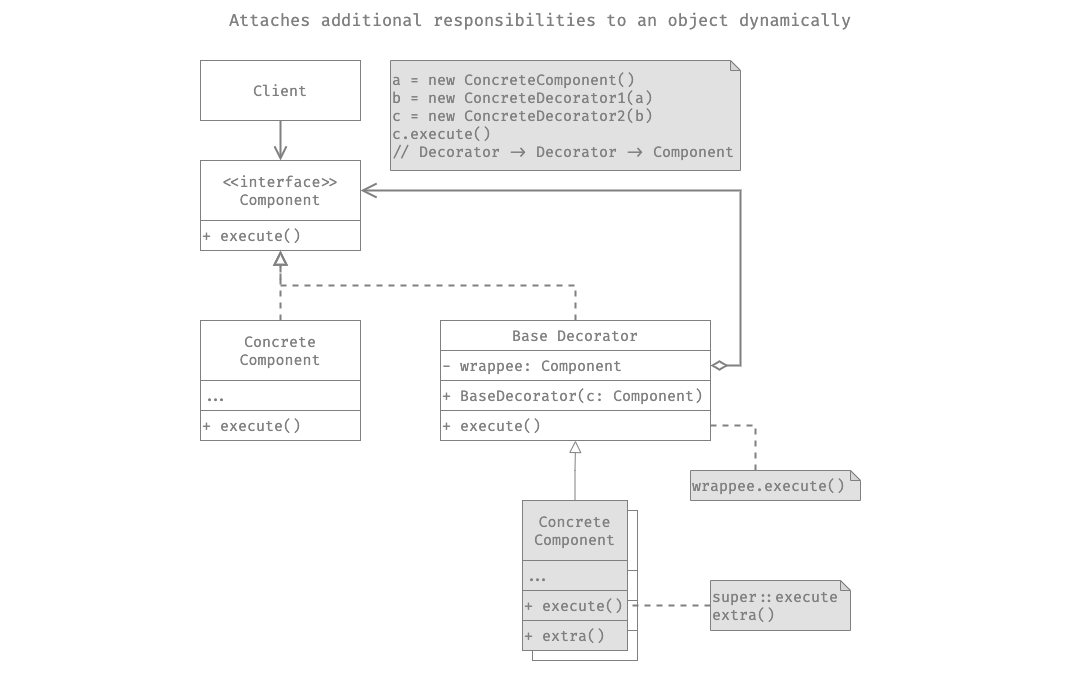
luk3ya0/luk3ya0.github.io keeps this draw.io diagram as static/image/Decorator.png. Above is the earlier version. Source tidied: cells renumbered, new cells last; positions are measured from the earlier drawing's top-left corner, leaving out a move shared by most shapes. The source it was exported from:
```xml
<mxGraphModel>
  <root>
    <mxCell id="0" />
    <mxCell id="1" parent="0" />
    <mxCell id="2" style="group;strokeColor=#808080;" parent="1" vertex="1">
      <mxGeometry x="532" y="510" width="105" height="150" as="geometry" />
    </mxCell>
    <mxCell id="3" value="&lt;font face=&quot;Fira Code&quot; color=&quot;#808080&quot;&gt;&lt;span style=&quot;font-size: 15px;&quot;&gt;&lt;br&gt;&lt;/span&gt;&lt;/font&gt;" style="rounded=0;whiteSpace=wrap;html=1;fillColor=none;strokeColor=#808080;" parent="2" vertex="1">
      <mxGeometry width="105" height="60" as="geometry" />
    </mxCell>
    <mxCell id="4" value="&lt;div style=&quot;&quot;&gt;&lt;br&gt;&lt;/div&gt;" style="rounded=0;whiteSpace=wrap;html=1;fillColor=none;strokeColor=#808080;align=left;" parent="2" vertex="1">
      <mxGeometry y="60" width="105" height="30" as="geometry" />
    </mxCell>
    <mxCell id="5" value="&lt;div style=&quot;&quot;&gt;&lt;br&gt;&lt;/div&gt;" style="rounded=0;whiteSpace=wrap;html=1;fillColor=none;strokeColor=#808080;align=left;" parent="2" vertex="1">
      <mxGeometry y="90" width="105" height="30" as="geometry" />
    </mxCell>
    <mxCell id="6" value="&lt;div style=&quot;&quot;&gt;&lt;br&gt;&lt;/div&gt;" style="rounded=0;whiteSpace=wrap;html=1;fillColor=none;strokeColor=#808080;align=left;" parent="2" vertex="1">
      <mxGeometry y="120" width="105" height="30" as="geometry" />
    </mxCell>
    <mxCell id="7" style="group;fillColor=#E1E1E1;strokeColor=#808080;" parent="2" vertex="1">
      <mxGeometry x="-10" y="-10" width="105" height="150" as="geometry" />
    </mxCell>
    <mxCell id="8" value="&lt;font face=&quot;Fira Code&quot; color=&quot;#808080&quot;&gt;&lt;span style=&quot;font-size: 15px;&quot;&gt;Concrete&lt;br&gt;Component&lt;br&gt;&lt;/span&gt;&lt;/font&gt;" style="rounded=0;whiteSpace=wrap;html=1;fillColor=none;strokeColor=#808080;" parent="7" vertex="1">
      <mxGeometry width="105" height="60" as="geometry" />
    </mxCell>
    <mxCell id="9" value="&lt;div style=&quot;&quot;&gt;&lt;font face=&quot;Fira Code&quot; color=&quot;#808080&quot;&gt;&lt;span style=&quot;font-size: 15px;&quot;&gt;...&lt;/span&gt;&lt;/font&gt;&lt;/div&gt;" style="rounded=0;whiteSpace=wrap;html=1;fillColor=none;strokeColor=#808080;align=left;" parent="7" vertex="1">
      <mxGeometry y="60" width="105" height="30" as="geometry" />
    </mxCell>
    <mxCell id="10" value="&lt;div style=&quot;&quot;&gt;&lt;font face=&quot;Fira Code&quot; color=&quot;#808080&quot;&gt;&lt;span style=&quot;font-size: 15px;&quot;&gt;+ execute()&lt;/span&gt;&lt;/font&gt;&lt;/div&gt;" style="rounded=0;whiteSpace=wrap;html=1;fillColor=none;strokeColor=#808080;align=left;" parent="7" vertex="1">
      <mxGeometry y="90" width="105" height="30" as="geometry" />
    </mxCell>
    <mxCell id="11" value="&lt;div style=&quot;&quot;&gt;&lt;font face=&quot;Fira Code&quot; color=&quot;#808080&quot;&gt;&lt;span style=&quot;font-size: 15px;&quot;&gt;+ extra()&lt;/span&gt;&lt;/font&gt;&lt;/div&gt;" style="rounded=0;whiteSpace=wrap;html=1;fillColor=none;strokeColor=#808080;align=left;" parent="7" vertex="1">
      <mxGeometry y="120" width="105" height="30" as="geometry" />
    </mxCell>
    <mxCell id="12" style="edgeStyle=orthogonalEdgeStyle;rounded=0;jettySize=auto;html=1;exitX=1;exitY=0.5;exitDx=0;exitDy=0;entryX=1;entryY=0.5;entryDx=0;entryDy=0;strokeWidth=2;fontSize=15;endArrow=diamondThin;endFill=0;endSize=12;startArrow=open;startFill=0;startSize=12;strokeColor=#808080;" parent="1" edge="1" source="13" target="21">
      <mxGeometry relative="1" as="geometry" />
    </mxCell>
    <mxCell id="13" value="&lt;font face=&quot;Fira Code&quot; color=&quot;#808080&quot;&gt;&lt;span style=&quot;font-size: 15px;&quot;&gt;&amp;lt;&amp;lt;interface&amp;gt;&amp;gt;&lt;br&gt;Component&lt;br&gt;&lt;/span&gt;&lt;/font&gt;" style="rounded=0;whiteSpace=wrap;html=1;fillColor=none;strokeColor=#808080;" parent="1" vertex="1">
      <mxGeometry x="200" y="160" width="160" height="60" as="geometry" />
    </mxCell>
    <mxCell id="14" value="&lt;div style=&quot;&quot;&gt;&lt;font face=&quot;Fira Code&quot; color=&quot;#808080&quot;&gt;&lt;span style=&quot;font-size: 15px;&quot;&gt;+ execute()&lt;/span&gt;&lt;/font&gt;&lt;/div&gt;" style="rounded=0;whiteSpace=wrap;html=1;fillColor=none;strokeColor=#808080;align=left;" parent="1" vertex="1">
      <mxGeometry x="200" y="220" width="160" height="30" as="geometry" />
    </mxCell>
    <mxCell id="15" style="edgeStyle=orthogonalEdgeStyle;rounded=0;jettySize=auto;html=1;exitX=0.5;exitY=0;exitDx=0;exitDy=0;entryX=0.5;entryY=1;entryDx=0;entryDy=0;fontSize=15;endArrow=block;endFill=0;endSize=10;dashed=1;strokeWidth=2;strokeColor=#808080;" parent="1" edge="1" source="16" target="14">
      <mxGeometry relative="1" as="geometry" />
    </mxCell>
    <mxCell id="16" value="&lt;font face=&quot;Fira Code&quot; color=&quot;#808080&quot;&gt;&lt;span style=&quot;font-size: 15px;&quot;&gt;Concrete&lt;br&gt;Component&lt;br&gt;&lt;/span&gt;&lt;/font&gt;" style="rounded=0;whiteSpace=wrap;html=1;fillColor=none;strokeColor=#808080;" parent="1" vertex="1">
      <mxGeometry x="200" y="320" width="160" height="60" as="geometry" />
    </mxCell>
    <mxCell id="17" value="&lt;div style=&quot;&quot;&gt;&lt;font face=&quot;Fira Code&quot; color=&quot;#808080&quot;&gt;&lt;span style=&quot;font-size: 15px;&quot;&gt;...&lt;/span&gt;&lt;/font&gt;&lt;/div&gt;" style="rounded=0;whiteSpace=wrap;html=1;fillColor=none;strokeColor=#808080;align=left;" parent="1" vertex="1">
      <mxGeometry x="200" y="380" width="160" height="30" as="geometry" />
    </mxCell>
    <mxCell id="18" value="&lt;div style=&quot;&quot;&gt;&lt;font face=&quot;Fira Code&quot; color=&quot;#808080&quot;&gt;&lt;span style=&quot;font-size: 15px;&quot;&gt;+ execute()&lt;/span&gt;&lt;/font&gt;&lt;/div&gt;" style="rounded=0;whiteSpace=wrap;html=1;fillColor=none;strokeColor=#808080;align=left;" parent="1" vertex="1">
      <mxGeometry x="200" y="410" width="160" height="30" as="geometry" />
    </mxCell>
    <mxCell id="19" style="edgeStyle=orthogonalEdgeStyle;rounded=0;jettySize=auto;html=1;exitX=0.5;exitY=0;exitDx=0;exitDy=0;fontSize=15;endArrow=block;endFill=0;endSize=10;dashed=1;strokeWidth=2;strokeColor=#808080;" parent="1" edge="1" source="20">
      <mxGeometry relative="1" as="geometry">
        <mxPoint x="280" y="250" as="targetPoint" />
      </mxGeometry>
    </mxCell>
    <mxCell id="20" value="&lt;font face=&quot;Fira Code&quot; color=&quot;#808080&quot;&gt;&lt;span style=&quot;font-size: 15px;&quot;&gt;Base Decorator&lt;br&gt;&lt;/span&gt;&lt;/font&gt;" style="rounded=0;whiteSpace=wrap;html=1;fillColor=none;strokeColor=#808080;" parent="1" vertex="1">
      <mxGeometry x="440" y="320" width="270" height="30" as="geometry" />
    </mxCell>
    <mxCell id="21" value="&lt;div style=&quot;&quot;&gt;&lt;font face=&quot;Fira Code&quot; color=&quot;#808080&quot;&gt;&lt;span style=&quot;font-size: 15px;&quot;&gt;- wrappee: Component&lt;/span&gt;&lt;/font&gt;&lt;/div&gt;" style="rounded=0;whiteSpace=wrap;html=1;fillColor=none;strokeColor=#808080;align=left;" parent="1" vertex="1">
      <mxGeometry x="440" y="350" width="270" height="30" as="geometry" />
    </mxCell>
    <mxCell id="22" value="&lt;div style=&quot;&quot;&gt;&lt;font face=&quot;Fira Code&quot; color=&quot;#808080&quot;&gt;&lt;span style=&quot;font-size: 15px;&quot;&gt;+ BaseDecorator(c: Component)&lt;/span&gt;&lt;/font&gt;&lt;/div&gt;" style="rounded=0;whiteSpace=wrap;html=1;fillColor=none;strokeColor=#808080;align=left;" parent="1" vertex="1">
      <mxGeometry x="440" y="380" width="270" height="30" as="geometry" />
    </mxCell>
    <mxCell id="23" value="&lt;div style=&quot;&quot;&gt;&lt;font face=&quot;Fira Code&quot; color=&quot;#808080&quot;&gt;&lt;span style=&quot;font-size: 15px;&quot;&gt;+ execute()&lt;/span&gt;&lt;/font&gt;&lt;/div&gt;" style="rounded=0;whiteSpace=wrap;html=1;fillColor=none;strokeColor=#808080;align=left;" parent="1" vertex="1">
      <mxGeometry x="440" y="410" width="270" height="30" as="geometry" />
    </mxCell>
    <mxCell id="24" style="edgeStyle=orthogonalEdgeStyle;rounded=0;jettySize=auto;html=1;exitX=0.5;exitY=0;exitDx=0;exitDy=0;entryX=0.5;entryY=1;entryDx=0;entryDy=0;fontSize=15;endArrow=block;endFill=0;endSize=10;strokeColor=#808080;" parent="1" edge="1" source="8" target="23">
      <mxGeometry relative="1" as="geometry" />
    </mxCell>
    <mxCell id="25" style="edgeStyle=orthogonalEdgeStyle;rounded=0;jettySize=auto;html=1;exitX=0.5;exitY=1;exitDx=0;exitDy=0;strokeWidth=2;fontSize=15;endArrow=open;endFill=0;endSize=10;strokeColor=#808080;" parent="1" edge="1" source="26" target="13">
      <mxGeometry relative="1" as="geometry" />
    </mxCell>
    <mxCell id="26" value="&lt;font face=&quot;Fira Code&quot; color=&quot;#808080&quot;&gt;&lt;span style=&quot;font-size: 15px;&quot;&gt;Client&lt;br&gt;&lt;/span&gt;&lt;/font&gt;" style="rounded=0;whiteSpace=wrap;html=1;fillColor=none;strokeColor=#808080;" parent="1" vertex="1">
      <mxGeometry x="200" y="60" width="160" height="60" as="geometry" />
    </mxCell>
    <mxCell id="27" value="a = new ConcreteComponent()&lt;br&gt;b = new ConcreteDecorator1(a)&lt;br&gt;c = new ConcreteDecorator2(b)&lt;br&gt;c.execute()&lt;br&gt;// Decorator -&amp;gt; Decorator -&amp;gt; Component" style="shape=note;whiteSpace=wrap;html=1;backgroundOutline=1;darkOpacity=0.05;fontFamily=Fira Code;fontSource=https%3A%2F%2Ffonts.googleapis.com%2Fcss%3Ffamily%3DFira%2BCode;fontSize=15;fontColor=#808080;fillColor=#E1E1E1;size=10;strokeColor=#808080;align=left;" parent="1" vertex="1">
      <mxGeometry x="390" y="60" width="350" height="110" as="geometry" />
    </mxCell>
    <mxCell id="28" style="edgeStyle=orthogonalEdgeStyle;rounded=0;jettySize=auto;html=1;exitX=0;exitY=0.5;exitDx=0;exitDy=0;exitPerimeter=0;entryX=1;entryY=0.5;entryDx=0;entryDy=0;strokeColor=#808080;strokeWidth=2;fontSize=15;startArrow=none;startFill=0;endArrow=none;endFill=0;startSize=12;endSize=12;dashed=1;" parent="1" edge="1" source="29" target="10">
      <mxGeometry relative="1" as="geometry" />
    </mxCell>
    <mxCell id="29" value="super::execute&lt;br&gt;extra()" style="shape=note;whiteSpace=wrap;html=1;backgroundOutline=1;darkOpacity=0.05;fontFamily=Fira Code;fontSource=https%3A%2F%2Ffonts.googleapis.com%2Fcss%3Ffamily%3DFira%2BCode;fontSize=15;fontColor=#808080;fillColor=#E1E1E1;size=10;strokeColor=#808080;align=left;" parent="1" vertex="1">
      <mxGeometry x="710" y="580" width="140" height="50" as="geometry" />
    </mxCell>
    <mxCell id="30" style="edgeStyle=orthogonalEdgeStyle;rounded=0;jettySize=auto;html=1;exitX=0;exitY=0;exitDx=65;exitDy=0;exitPerimeter=0;entryX=1;entryY=0.5;entryDx=0;entryDy=0;dashed=1;strokeColor=#808080;strokeWidth=2;fontSize=15;startArrow=none;startFill=0;endArrow=none;endFill=0;startSize=12;endSize=12;" parent="1" edge="1" source="31" target="23">
      <mxGeometry relative="1" as="geometry" />
    </mxCell>
    <mxCell id="31" value="wrappee.execute()" style="shape=note;whiteSpace=wrap;html=1;backgroundOutline=1;darkOpacity=0.05;fontFamily=Fira Code;fontSource=https%3A%2F%2Ffonts.googleapis.com%2Fcss%3Ffamily%3DFira%2BCode;fontSize=15;fontColor=#808080;fillColor=#E1E1E1;size=10;strokeColor=#808080;align=left;" parent="1" vertex="1">
      <mxGeometry x="690" y="470" width="170" height="30" as="geometry" />
    </mxCell>
    <mxCell id="32" style="rounded=0;whiteSpace=wrap;html=1;strokeColor=none;fontSize=15;fillColor=none;" parent="1" vertex="1">
      <mxGeometry y="40" width="1080" height="640" as="geometry" />
    </mxCell>
    <mxCell id="33" value="&lt;font style=&quot;font-size: 17px;&quot; color=&quot;#808080&quot; face=&quot;Fira Code&quot;&gt;Attaches additional responsibilities to an object dynamically&lt;/font&gt;" style="rounded=0;whiteSpace=wrap;html=1;fillColor=none;strokeColor=none;fontSize=15;" parent="1" vertex="1">
      <mxGeometry width="1080" height="40" as="geometry" />
    </mxCell>
  </root>
</mxGraphModel>
```
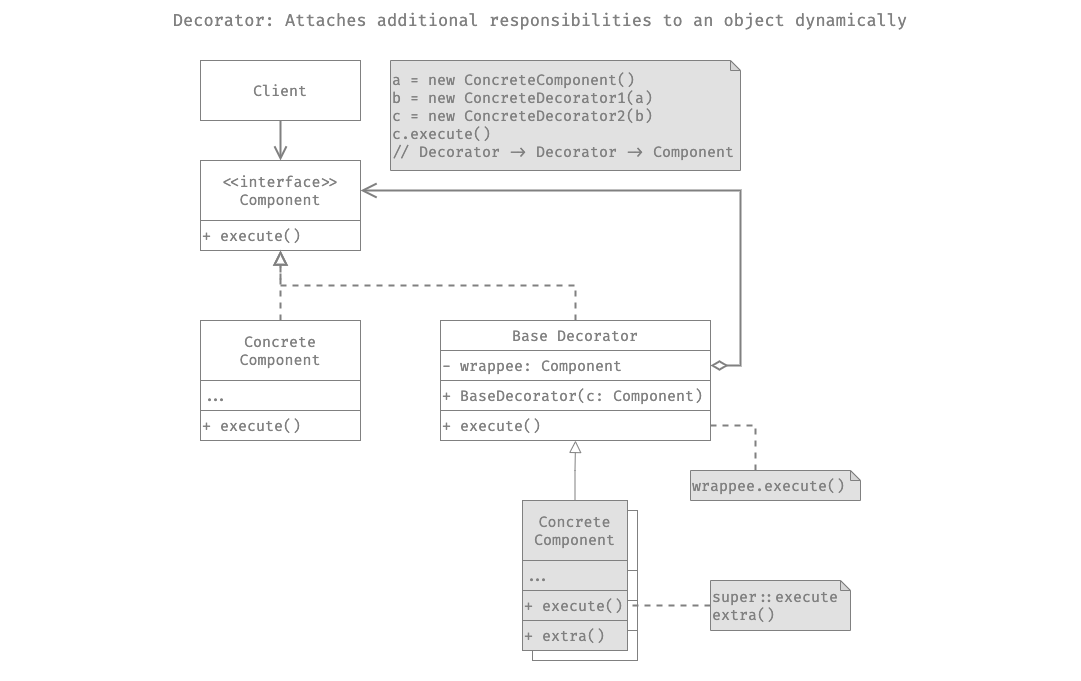
Later version of the same file.

The edit, as a diff of the source:
```diff
@@ -97,7 +97,7 @@
     <mxCell id="32" style="rounded=0;whiteSpace=wrap;html=1;strokeColor=none;fontSize=15;fillColor=none;" parent="1" vertex="1">
       <mxGeometry y="40" width="1080" height="640" as="geometry" />
     </mxCell>
-    <mxCell id="33" value="&lt;font style=&quot;font-size: 17px;&quot; color=&quot;#808080&quot; face=&quot;Fira Code&quot;&gt;Attaches additional responsibilities to an object dynamically&lt;/font&gt;" style="rounded=0;whiteSpace=wrap;html=1;fillColor=none;strokeColor=none;fontSize=15;" parent="1" vertex="1">
+    <mxCell id="33" value="&lt;font style=&quot;font-size: 17px;&quot; color=&quot;#808080&quot; face=&quot;Fira Code&quot;&gt;Decorator: Attaches additional responsibilities to an object dynamically&lt;/font&gt;" style="rounded=0;whiteSpace=wrap;html=1;fillColor=none;strokeColor=none;fontSize=15;" parent="1" vertex="1">
       <mxGeometry width="1080" height="40" as="geometry" />
     </mxCell>
   </root>
```
